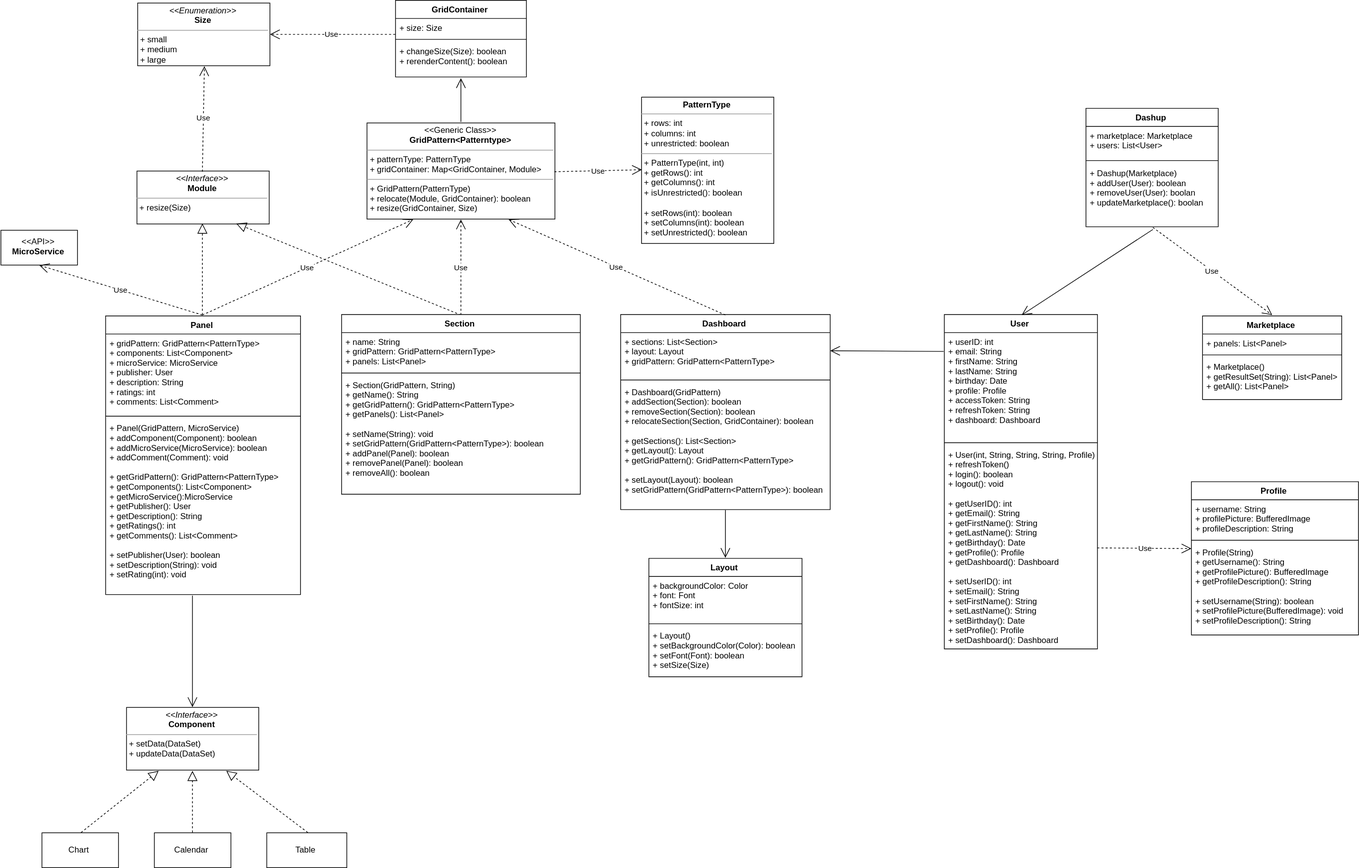
Earlier version of the draw.io export docs/application_architecture/class_diagram.svg (raphaelmue/dashup). Source tidied: cells renumbered, new cells last; positions are measured from the earlier drawing's top-left corner, leaving out a move shared by most shapes.
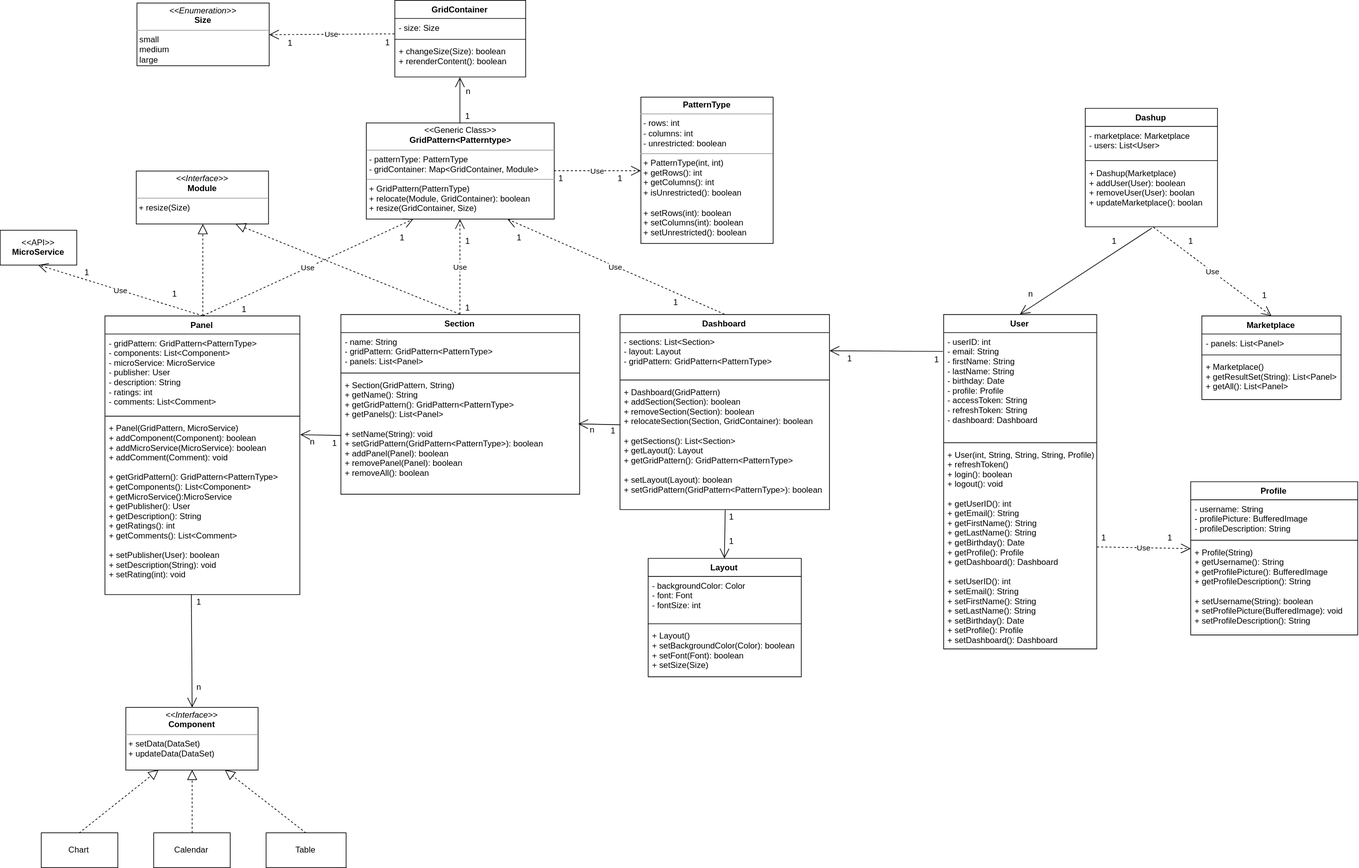
Above is the later version.

Commit message:
refactored class diagram with cardinality

What changed in the source:
```diff
@@ -7,3 +7,3 @@
     </mxCell>
-    <mxCell id="3" value="+ userID: int&#10;+ email: String&#10;+ firstName: String&#10;+ lastName: String&#10;+ birthday: Date&#10;+ profile: Profile&#10;+ accessToken: String&#10;+ refreshToken: String&#10;+ dashboard: Dashboard&#10;&#10;" style="text;strokeColor=none;fillColor=none;align=left;verticalAlign=top;spacingLeft=4;spacingRight=4;overflow=hidden;" parent="2" vertex="1">
+    <mxCell id="3" value="- userID: int&#10;- email: String&#10;- firstName: String&#10;- lastName: String&#10;- birthday: Date&#10;- profile: Profile&#10;- accessToken: String&#10;- refreshToken: String&#10;- dashboard: Dashboard&#10;&#10;" style="text;strokeColor=none;fillColor=none;align=left;verticalAlign=top;spacingLeft=4;spacingRight=4;overflow=hidden;" parent="2" vertex="1">
       <mxGeometry y="26" width="220" height="154" as="geometry" />
@@ -19,3 +19,3 @@
     </mxCell>
-    <mxCell id="7" value="+ sections: List&lt;Section&gt;&#10;+ layout: Layout&#10;+ gridPattern: GridPattern&lt;PatternType&gt;&#10;&#10;" style="text;strokeColor=none;fillColor=none;align=left;verticalAlign=top;spacingLeft=4;spacingRight=4;overflow=hidden;" parent="6" vertex="1">
+    <mxCell id="7" value="- sections: List&lt;Section&gt;&#10;- layout: Layout&#10;- gridPattern: GridPattern&lt;PatternType&gt;&#10;&#10;" style="text;strokeColor=none;fillColor=none;align=left;verticalAlign=top;spacingLeft=4;spacingRight=4;overflow=hidden;" parent="6" vertex="1">
       <mxGeometry y="26" width="301" height="64" as="geometry" />
@@ -31,3 +31,3 @@
     </mxCell>
-    <mxCell id="11" value="+ backgroundColor: Color&#10;+ font: Font&#10;+ fontSize: int&#10;" style="text;strokeColor=none;fillColor=none;align=left;verticalAlign=top;spacingLeft=4;spacingRight=4;overflow=hidden;" parent="10" vertex="1">
+    <mxCell id="11" value="- backgroundColor: Color&#10;- font: Font&#10;- fontSize: int&#10;" style="text;strokeColor=none;fillColor=none;align=left;verticalAlign=top;spacingLeft=4;spacingRight=4;overflow=hidden;" parent="10" vertex="1">
       <mxGeometry y="26" width="220" height="64" as="geometry" />
@@ -43,3 +43,3 @@
     </mxCell>
-    <mxCell id="15" value="+ size: Size" style="text;strokeColor=none;fillColor=none;align=left;verticalAlign=top;spacingLeft=4;spacingRight=4;overflow=hidden;points=[[0,0.5],[1,0.5]];portConstraint=eastwest;" parent="14" vertex="1">
+    <mxCell id="15" value="- size: Size" style="text;strokeColor=none;fillColor=none;align=left;verticalAlign=top;spacingLeft=4;spacingRight=4;overflow=hidden;points=[[0,0.5],[1,0.5]];portConstraint=eastwest;" parent="14" vertex="1">
       <mxGeometry y="26" width="188" height="26" as="geometry" />
@@ -52,3 +52,3 @@
     </mxCell>
-    <mxCell id="18" value="&lt;p style=&quot;margin: 0px ; margin-top: 4px ; text-align: center&quot;&gt;&lt;b&gt;PatternType&lt;/b&gt;&lt;/p&gt;&lt;hr size=&quot;1&quot;&gt;&lt;p style=&quot;margin: 0px ; margin-left: 4px&quot;&gt;+ rows: int&lt;/p&gt;&lt;p style=&quot;margin: 0px ; margin-left: 4px&quot;&gt;+ columns: int&lt;/p&gt;&lt;p style=&quot;margin: 0px ; margin-left: 4px&quot;&gt;+ unrestricted: boolean&lt;/p&gt;&lt;hr size=&quot;1&quot;&gt;&lt;p style=&quot;margin: 0px ; margin-left: 4px&quot;&gt;+ PatternType(int, int)&lt;/p&gt;&lt;p style=&quot;margin: 0px ; margin-left: 4px&quot;&gt;+ getRows(): int&lt;/p&gt;&lt;p style=&quot;margin: 0px ; margin-left: 4px&quot;&gt;+ getColumns(): int&lt;/p&gt;&lt;p style=&quot;margin: 0px ; margin-left: 4px&quot;&gt;+ isUnrestricted(): boolean&lt;/p&gt;&lt;p style=&quot;margin: 0px ; margin-left: 4px&quot;&gt;&lt;br&gt;&lt;/p&gt;&lt;p style=&quot;margin: 0px ; margin-left: 4px&quot;&gt;+ setRows(int): boolean&lt;/p&gt;&lt;p style=&quot;margin: 0px ; margin-left: 4px&quot;&gt;+ setColumns(int): boolean&lt;/p&gt;&lt;p style=&quot;margin: 0px ; margin-left: 4px&quot;&gt;+ setUnrestricted(): boolean&lt;/p&gt;" style="verticalAlign=top;align=left;overflow=fill;fontSize=12;fontFamily=Helvetica;html=1;" parent="1" vertex="1">
+    <mxCell id="18" value="&lt;p style=&quot;margin: 0px ; margin-top: 4px ; text-align: center&quot;&gt;&lt;b&gt;PatternType&lt;/b&gt;&lt;/p&gt;&lt;hr size=&quot;1&quot;&gt;&lt;p style=&quot;margin: 0px ; margin-left: 4px&quot;&gt;- rows: int&lt;/p&gt;&lt;p style=&quot;margin: 0px ; margin-left: 4px&quot;&gt;- columns: int&lt;/p&gt;&lt;p style=&quot;margin: 0px ; margin-left: 4px&quot;&gt;- unrestricted: boolean&lt;/p&gt;&lt;hr size=&quot;1&quot;&gt;&lt;p style=&quot;margin: 0px ; margin-left: 4px&quot;&gt;+ PatternType(int, int)&lt;/p&gt;&lt;p style=&quot;margin: 0px ; margin-left: 4px&quot;&gt;+ getRows(): int&lt;/p&gt;&lt;p style=&quot;margin: 0px ; margin-left: 4px&quot;&gt;+ getColumns(): int&lt;/p&gt;&lt;p style=&quot;margin: 0px ; margin-left: 4px&quot;&gt;+ isUnrestricted(): boolean&lt;/p&gt;&lt;p style=&quot;margin: 0px ; margin-left: 4px&quot;&gt;&lt;br&gt;&lt;/p&gt;&lt;p style=&quot;margin: 0px ; margin-left: 4px&quot;&gt;+ setRows(int): boolean&lt;/p&gt;&lt;p style=&quot;margin: 0px ; margin-left: 4px&quot;&gt;+ setColumns(int): boolean&lt;/p&gt;&lt;p style=&quot;margin: 0px ; margin-left: 4px&quot;&gt;+ setUnrestricted(): boolean&lt;/p&gt;" style="verticalAlign=top;align=left;overflow=fill;fontSize=12;fontFamily=Helvetica;html=1;" parent="1" vertex="1">
       <mxGeometry x="920" y="139" width="190" height="210" as="geometry" />
@@ -58,3 +58,3 @@
     </mxCell>
-    <mxCell id="20" value="+ username: String&#10;+ profilePicture: BufferedImage&#10;+ profileDescription: String&#10;" style="text;strokeColor=none;fillColor=none;align=left;verticalAlign=top;spacingLeft=4;spacingRight=4;overflow=hidden;" parent="19" vertex="1">
+    <mxCell id="20" value="- username: String&#10;- profilePicture: BufferedImage&#10;- profileDescription: String&#10;" style="text;strokeColor=none;fillColor=none;align=left;verticalAlign=top;spacingLeft=4;spacingRight=4;overflow=hidden;" parent="19" vertex="1">
       <mxGeometry y="26" width="240" height="54" as="geometry" />
@@ -76,3 +76,3 @@
     </mxCell>
-    <mxCell id="25" value="&lt;p style=&quot;margin: 0px ; margin-top: 4px ; text-align: center&quot;&gt;&lt;i&gt;&amp;lt;&amp;lt;Enumeration&amp;gt;&amp;gt;&lt;/i&gt;&lt;br&gt;&lt;b&gt;Size&lt;/b&gt;&lt;/p&gt;&lt;hr size=&quot;1&quot;&gt;&lt;p style=&quot;margin: 0px ; margin-left: 4px&quot;&gt;+ small&lt;/p&gt;&lt;p style=&quot;margin: 0px ; margin-left: 4px&quot;&gt;+ medium&lt;/p&gt;&lt;p style=&quot;margin: 0px ; margin-left: 4px&quot;&gt;+ large&lt;/p&gt;&lt;br&gt;" style="verticalAlign=top;align=left;overflow=fill;fontSize=12;fontFamily=Helvetica;html=1;" parent="1" vertex="1">
+    <mxCell id="25" value="&lt;p style=&quot;margin: 0px ; margin-top: 4px ; text-align: center&quot;&gt;&lt;i&gt;&amp;lt;&amp;lt;Enumeration&amp;gt;&amp;gt;&lt;/i&gt;&lt;br&gt;&lt;b&gt;Size&lt;/b&gt;&lt;/p&gt;&lt;hr size=&quot;1&quot;&gt;&lt;p style=&quot;margin: 0px ; margin-left: 4px&quot;&gt;small&lt;/p&gt;&lt;p style=&quot;margin: 0px ; margin-left: 4px&quot;&gt;medium&lt;/p&gt;&lt;p style=&quot;margin: 0px ; margin-left: 4px&quot;&gt;large&lt;/p&gt;&lt;br&gt;" style="verticalAlign=top;align=left;overflow=fill;fontSize=12;fontFamily=Helvetica;html=1;" parent="1" vertex="1">
       <mxGeometry x="196" y="3.9" width="190" height="90" as="geometry" />
@@ -85,3 +85,3 @@
     </mxCell>
-    <mxCell id="28" value="+ gridPattern: GridPattern&lt;PatternType&gt;&#10;+ components: List&lt;Component&gt;&#10;+ microService: MicroService&#10;+ publisher: User&#10;+ description: String&#10;+ ratings: int&#10;+ comments: List&lt;Comment&gt;&#10;" style="text;strokeColor=none;fillColor=none;align=left;verticalAlign=top;spacingLeft=4;spacingRight=4;overflow=hidden;" parent="27" vertex="1">
+    <mxCell id="28" value="- gridPattern: GridPattern&lt;PatternType&gt;&#10;- components: List&lt;Component&gt;&#10;- microService: MicroService&#10;- publisher: User&#10;- description: String&#10;- ratings: int&#10;- comments: List&lt;Comment&gt;&#10;" style="text;strokeColor=none;fillColor=none;align=left;verticalAlign=top;spacingLeft=4;spacingRight=4;overflow=hidden;" parent="27" vertex="1">
       <mxGeometry y="26" width="280" height="114" as="geometry" />
@@ -106,3 +106,3 @@
     </mxCell>
-    <mxCell id="35" value="&lt;p style=&quot;margin: 0px ; margin-top: 4px ; text-align: center&quot;&gt;&lt;span&gt;&amp;lt;&amp;lt;Generic Class&amp;gt;&amp;gt;&lt;/span&gt;&lt;br&gt;&lt;span&gt;&lt;b&gt;GridPattern&amp;lt;Patterntype&amp;gt;&lt;/b&gt;&lt;/span&gt;&lt;br&gt;&lt;/p&gt;&lt;hr size=&quot;1&quot;&gt;&lt;p style=&quot;margin: 0px ; margin-left: 4px&quot;&gt;+ patternType: PatternType&lt;br&gt;+ gridContainer: Map&amp;lt;GridContainer, Module&amp;gt;&lt;/p&gt;&lt;hr size=&quot;1&quot;&gt;&lt;p style=&quot;margin: 0px ; margin-left: 4px&quot;&gt;+ GridPattern(PatternType)&lt;/p&gt;&lt;p style=&quot;margin: 0px ; margin-left: 4px&quot;&gt;+ relocate(Module, GridContainer): boolean&lt;/p&gt;&lt;p style=&quot;margin: 0px ; margin-left: 4px&quot;&gt;+ resize(GridContainer, Size)&lt;/p&gt;" style="verticalAlign=top;align=left;overflow=fill;fontSize=12;fontFamily=Helvetica;html=1;" parent="1" vertex="1">
+    <mxCell id="35" value="&lt;p style=&quot;margin: 0px ; margin-top: 4px ; text-align: center&quot;&gt;&lt;span&gt;&amp;lt;&amp;lt;Generic Class&amp;gt;&amp;gt;&lt;/span&gt;&lt;br&gt;&lt;span&gt;&lt;b&gt;GridPattern&amp;lt;Patterntype&amp;gt;&lt;/b&gt;&lt;/span&gt;&lt;br&gt;&lt;/p&gt;&lt;hr size=&quot;1&quot;&gt;&lt;p style=&quot;margin: 0px ; margin-left: 4px&quot;&gt;- patternType: PatternType&lt;br&gt;- gridContainer: Map&amp;lt;GridContainer, Module&amp;gt;&lt;/p&gt;&lt;hr size=&quot;1&quot;&gt;&lt;p style=&quot;margin: 0px ; margin-left: 4px&quot;&gt;+ GridPattern(PatternType)&lt;/p&gt;&lt;p style=&quot;margin: 0px ; margin-left: 4px&quot;&gt;+ relocate(Module, GridContainer): boolean&lt;/p&gt;&lt;p style=&quot;margin: 0px ; margin-left: 4px&quot;&gt;+ resize(GridContainer, Size)&lt;/p&gt;" style="verticalAlign=top;align=left;overflow=fill;fontSize=12;fontFamily=Helvetica;html=1;" parent="1" vertex="1">
       <mxGeometry x="525.5" y="176" width="270" height="138" as="geometry" />
@@ -118,3 +118,3 @@
     </mxCell>
-    <mxCell id="39" value="+ panels: List&lt;Panel&gt;&#10;" style="text;strokeColor=none;fillColor=none;align=left;verticalAlign=top;spacingLeft=4;spacingRight=4;overflow=hidden;" parent="38" vertex="1">
+    <mxCell id="39" value="- panels: List&lt;Panel&gt;&#10;" style="text;strokeColor=none;fillColor=none;align=left;verticalAlign=top;spacingLeft=4;spacingRight=4;overflow=hidden;" parent="38" vertex="1">
       <mxGeometry y="26" width="200" height="26" as="geometry" />
@@ -133,3 +133,3 @@
     </mxCell>
-    <mxCell id="44" value="+ name: String&#10;+ gridPattern: GridPattern&lt;PatternType&gt;&#10;+ panels: List&lt;Panel&gt;&#10;" style="text;strokeColor=none;fillColor=none;align=left;verticalAlign=top;spacingLeft=4;spacingRight=4;overflow=hidden;" parent="43" vertex="1">
+    <mxCell id="44" value="- name: String&#10;- gridPattern: GridPattern&lt;PatternType&gt;&#10;- panels: List&lt;Panel&gt;&#10;" style="text;strokeColor=none;fillColor=none;align=left;verticalAlign=top;spacingLeft=4;spacingRight=4;overflow=hidden;" parent="43" vertex="1">
       <mxGeometry y="26" width="343" height="54" as="geometry" />
@@ -151,3 +151,3 @@
     </mxCell>
-    <mxCell id="50" value="+ marketplace: Marketplace&#10;+ users: List&lt;User&gt;&#10;" style="text;strokeColor=none;fillColor=none;align=left;verticalAlign=top;spacingLeft=4;spacingRight=4;overflow=hidden;" parent="49" vertex="1">
+    <mxCell id="50" value="- marketplace: Marketplace&#10;- users: List&lt;User&gt;&#10;" style="text;strokeColor=none;fillColor=none;align=left;verticalAlign=top;spacingLeft=4;spacingRight=4;overflow=hidden;" parent="49" vertex="1">
       <mxGeometry y="26" width="190" height="44" as="geometry" />
@@ -187,5 +187,2 @@
     </mxCell>
-    <mxCell id="62" value="Use" style="endArrow=open;endSize=12;dashed=1;html=1;entryX=0.5;entryY=1;exitX=0.5;exitY=0;" parent="1" edge="1" source="31" target="25">
-      <mxGeometry relative="1" as="geometry" />
-    </mxCell>
     <mxCell id="63" value="Use" style="endArrow=open;endSize=12;dashed=1;html=1;exitX=1;exitY=0.5;" parent="1" edge="1" source="5">
@@ -201,2 +198,100 @@
     </mxCell>
+    <mxCell id="66" value="1" style="text;html=1;align=center;verticalAlign=middle;fillColor=none;strokeColor=none;rounded=0;" parent="1" vertex="1">
+      <mxGeometry x="275" y="853" width="20" height="20" as="geometry" />
+    </mxCell>
+    <mxCell id="67" value="n" style="text;html=1;align=center;verticalAlign=middle;fillColor=none;strokeColor=none;rounded=0;" parent="1" vertex="1">
+      <mxGeometry x="275" y="975" width="20" height="20" as="geometry" />
+    </mxCell>
+    <mxCell id="68" value="1" style="text;html=1;align=center;verticalAlign=middle;fillColor=none;strokeColor=none;rounded=0;" parent="1" vertex="1">
+      <mxGeometry x="113.5" y="380" width="20" height="20" as="geometry" />
+    </mxCell>
+    <mxCell id="69" value="1" style="text;html=1;align=center;verticalAlign=middle;fillColor=none;strokeColor=none;rounded=0;" parent="1" vertex="1">
+      <mxGeometry x="240" y="411" width="20" height="20" as="geometry" />
+    </mxCell>
+    <mxCell id="70" value="1" style="text;html=1;align=center;verticalAlign=middle;fillColor=none;strokeColor=none;rounded=0;direction=south;" parent="1" vertex="1">
+      <mxGeometry x="340" y="433" width="20" height="20" as="geometry" />
+    </mxCell>
+    <mxCell id="71" value="1" style="text;html=1;align=center;verticalAlign=middle;fillColor=none;strokeColor=none;rounded=0;direction=south;" parent="1" vertex="1">
+      <mxGeometry x="566.5" y="330" width="20" height="20" as="geometry" />
+    </mxCell>
+    <mxCell id="72" value="1" style="text;html=1;align=center;verticalAlign=middle;fillColor=none;strokeColor=none;rounded=0;direction=south;" parent="1" vertex="1">
+      <mxGeometry x="546" y="50" width="20" height="20" as="geometry" />
+    </mxCell>
+    <mxCell id="73" value="1" style="text;html=1;align=center;verticalAlign=middle;fillColor=none;strokeColor=none;rounded=0;direction=south;" parent="1" vertex="1">
+      <mxGeometry x="406" y="51" width="20" height="20" as="geometry" />
+    </mxCell>
+    <mxCell id="74" value="1" style="text;html=1;align=center;verticalAlign=middle;fillColor=none;strokeColor=none;rounded=0;direction=south;" parent="1" vertex="1">
+      <mxGeometry x="795.5" y="245" width="20" height="20" as="geometry" />
+    </mxCell>
+    <mxCell id="75" value="1" style="text;html=1;align=center;verticalAlign=middle;fillColor=none;strokeColor=none;rounded=0;direction=south;" parent="1" vertex="1">
+      <mxGeometry x="880" y="245" width="20" height="20" as="geometry" />
+    </mxCell>
+    <mxCell id="76" value="1" style="text;html=1;align=center;verticalAlign=middle;fillColor=none;strokeColor=none;rounded=0;direction=south;" parent="1" vertex="1">
+      <mxGeometry x="661" y="431" width="20" height="20" as="geometry" />
+    </mxCell>
+    <mxCell id="77" value="1" style="text;html=1;align=center;verticalAlign=middle;fillColor=none;strokeColor=none;rounded=0;direction=south;" parent="1" vertex="1">
+      <mxGeometry x="661" y="335" width="20" height="20" as="geometry" />
+    </mxCell>
+    <mxCell id="78" value="1" style="text;html=1;align=center;verticalAlign=middle;fillColor=none;strokeColor=none;rounded=0;direction=south;" parent="1" vertex="1">
+      <mxGeometry x="734.5" y="330" width="20" height="20" as="geometry" />
+    </mxCell>
+    <mxCell id="79" value="1" style="text;html=1;align=center;verticalAlign=middle;fillColor=none;strokeColor=none;rounded=0;direction=south;" parent="1" vertex="1">
+      <mxGeometry x="960" y="423" width="20" height="20" as="geometry" />
+    </mxCell>
+    <mxCell id="80" style="endArrow=open;endFill=1;endSize=12;html=1;exitX=0;exitY=0.5;entryX=1;entryY=0.089;entryPerimeter=0;" parent="1" edge="1" source="46" target="30">
+      <mxGeometry relative="1" as="geometry" />
+    </mxCell>
+    <mxCell id="81" value="1" style="text;html=1;align=center;verticalAlign=middle;fillColor=none;strokeColor=none;rounded=0;" parent="1" vertex="1">
+      <mxGeometry x="470" y="625" width="20" height="20" as="geometry" />
+    </mxCell>
+    <mxCell id="82" value="n" style="text;html=1;align=center;verticalAlign=middle;fillColor=none;strokeColor=none;rounded=0;" parent="1" vertex="1">
+      <mxGeometry x="438" y="623" width="20" height="20" as="geometry" />
+    </mxCell>
+    <mxCell id="83" style="endArrow=open;endFill=1;endSize=12;html=1;exitX=0.087;exitY=-0.006;exitPerimeter=0;" parent="1" edge="1" source="85">
+      <mxGeometry relative="1" as="geometry">
+        <mxPoint x="830" y="608" as="targetPoint" />
+      </mxGeometry>
+    </mxCell>
+    <mxCell id="84" value="n" style="text;html=1;align=center;verticalAlign=middle;fillColor=none;strokeColor=none;rounded=0;" parent="1" vertex="1">
+      <mxGeometry x="840" y="606" width="20" height="20" as="geometry" />
+    </mxCell>
+    <mxCell id="85" value="1" style="text;html=1;align=center;verticalAlign=middle;points=[];fillColor=none;strokeColor=none;rounded=0;direction=south;" parent="1" vertex="1">
+      <mxGeometry x="870" y="607" width="20" height="20" as="geometry" />
+    </mxCell>
+    <mxCell id="86" value="n" style="text;html=1;align=center;verticalAlign=middle;fillColor=none;strokeColor=none;rounded=0;" parent="1" vertex="1">
+      <mxGeometry x="661.5" y="119.7" width="20" height="20" as="geometry" />
+    </mxCell>
+    <mxCell id="87" value="1" style="text;html=1;align=center;verticalAlign=middle;fillColor=none;strokeColor=none;rounded=0;" parent="1" vertex="1">
+      <mxGeometry x="661" y="155.7" width="20" height="20" as="geometry" />
+    </mxCell>
+    <mxCell id="88" value="1" style="text;html=1;align=center;verticalAlign=middle;fillColor=none;strokeColor=none;rounded=0;direction=south;" parent="1" vertex="1">
+      <mxGeometry x="1040.5" y="731" width="20" height="20" as="geometry" />
+    </mxCell>
+    <mxCell id="89" value="1" style="text;html=1;align=center;verticalAlign=middle;fillColor=none;strokeColor=none;rounded=0;direction=south;" parent="1" vertex="1">
+      <mxGeometry x="1040.5" y="766" width="20" height="20" as="geometry" />
+    </mxCell>
+    <mxCell id="90" value="1" style="text;html=1;align=center;verticalAlign=middle;fillColor=none;strokeColor=none;rounded=0;direction=south;" parent="1" vertex="1">
+      <mxGeometry x="1335" y="505" width="20" height="20" as="geometry" />
+    </mxCell>
+    <mxCell id="91" value="1" style="text;html=1;align=center;verticalAlign=middle;fillColor=none;strokeColor=none;rounded=0;direction=south;" parent="1" vertex="1">
+      <mxGeometry x="1209.8" y="504" width="20" height="20" as="geometry" />
+    </mxCell>
+    <mxCell id="92" value="1" style="text;html=1;align=center;verticalAlign=middle;fillColor=none;strokeColor=none;rounded=0;direction=south;" parent="1" vertex="1">
+      <mxGeometry x="1589.8" y="335" width="20" height="20" as="geometry" />
+    </mxCell>
+    <mxCell id="93" value="n" style="text;html=1;align=center;verticalAlign=middle;fillColor=none;strokeColor=none;rounded=0;direction=south;" parent="1" vertex="1">
+      <mxGeometry x="1469.8" y="411" width="20" height="20" as="geometry" />
+    </mxCell>
+    <mxCell id="94" value="1" style="text;html=1;align=center;verticalAlign=middle;fillColor=none;strokeColor=none;rounded=0;direction=south;" parent="1" vertex="1">
+      <mxGeometry x="1699.8" y="335" width="20" height="20" as="geometry" />
+    </mxCell>
+    <mxCell id="95" value="1" style="text;html=1;align=center;verticalAlign=middle;fillColor=none;strokeColor=none;rounded=0;direction=south;" parent="1" vertex="1">
+      <mxGeometry x="1805.8" y="413" width="20" height="20" as="geometry" />
+    </mxCell>
+    <mxCell id="96" value="1" style="text;html=1;align=center;verticalAlign=middle;fillColor=none;strokeColor=none;rounded=0;direction=south;" parent="1" vertex="1">
+      <mxGeometry x="1574.8" y="761" width="20" height="20" as="geometry" />
+    </mxCell>
+    <mxCell id="97" value="1" style="text;html=1;align=center;verticalAlign=middle;fillColor=none;strokeColor=none;rounded=0;direction=south;" parent="1" vertex="1">
+      <mxGeometry x="1669.8" y="761" width="20" height="20" as="geometry" />
+    </mxCell>
   </root>
```
